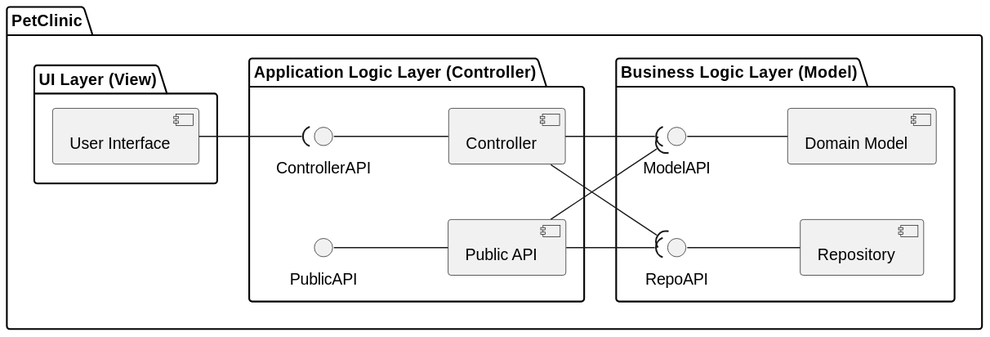
Earlier version of the PlantUML export docs/svg/PetClinic_VL_L3.svg (NunoMarmeleiro/spring-petclinic). Its diagram source:
```plantuml
@startuml
left to right direction

package "PetClinic" {

  package "UI Layer (View)" {
     [User Interface]
  }

  package "Application Logic Layer (Controller)" {
     ControllerAPI--[Controller]
     PublicAPI--[Public API]
  }

  package "Business Logic Layer (Model)" {
     ModelAPI--[Domain Model]
     RepoAPI--[Repository]
  }

}

[User Interface] --( ControllerAPI
[Controller] --( ModelAPI
[Controller] --( RepoAPI
[Public API] --( ModelAPI
[Public API] --( RepoAPI
@enduml
```
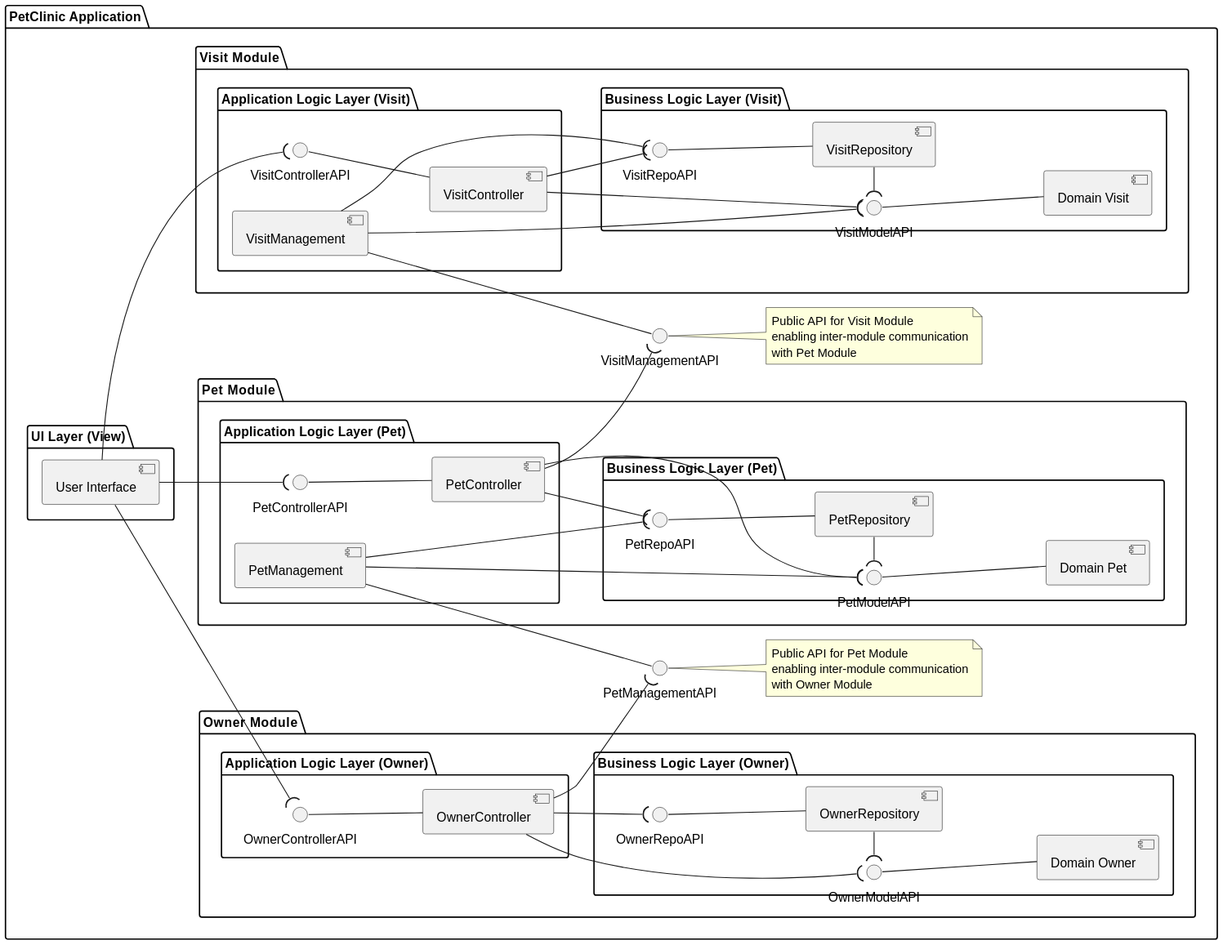
After the change.

Commit message:
updated logic view diagram

Diff of the diagram source:
```diff
@@ -1,27 +1,90 @@
 @startuml
 left to right direction
 
-package "PetClinic" {
 
-  package "UI Layer (View)" {
+package "PetClinic Application" {
+
+package "UI Layer (View)" {
      [User Interface]
+}
+
+package "Owner Module" {
+
+  package "Application Logic Layer (Owner)" {
+     OwnerControllerAPI--[OwnerController]
   }
 
-  package "Application Logic Layer (Controller)" {
-     ControllerAPI--[Controller]
-     PublicAPI--[Public API]
+  package "Business Logic Layer (Owner)" {
+     OwnerModelAPI--[Domain Owner]
+     OwnerRepoAPI--[OwnerRepository]
   }
 
-  package "Business Logic Layer (Model)" {
-     ModelAPI--[Domain Model]
-     RepoAPI--[Repository]
-  }
+  [OwnerController] --( OwnerModelAPI
+  [OwnerController] --( OwnerRepoAPI
+  [OwnerRepository] -( OwnerModelAPI
 
 }
 
-[User Interface] --( ControllerAPI
-[Controller] --( ModelAPI
-[Controller] --( RepoAPI
-[Public API] --( ModelAPI
-[Public API] --( RepoAPI
+package "Pet Module" {
+
+  package "Application Logic Layer (Pet)" {
+     PetControllerAPI--[PetController]
+     [PetManagement]
+  }
+
+  package "Business Logic Layer (Pet)" {
+     PetModelAPI--[Domain Pet]
+     PetRepoAPI--[PetRepository]
+  }
+
+  [PetController] --( PetModelAPI
+  [PetController] --( PetRepoAPI
+  [PetManagement] --( PetModelAPI
+  [PetManagement] --( PetRepoAPI
+  [PetRepository] -( PetModelAPI
+}
+
+package "Visit Module" {
+
+  package "Application Logic Layer (Visit)" {
+     VisitControllerAPI--[VisitController]
+     [VisitManagement]
+  }
+
+  package "Business Logic Layer (Visit)" {
+     VisitModelAPI--[Domain Visit]
+     VisitRepoAPI--[VisitRepository]
+  }
+
+  [VisitController] --( VisitModelAPI
+  [VisitController] --( VisitRepoAPI
+  [VisitManagement] --( VisitModelAPI
+  [VisitManagement] --( VisitRepoAPI
+  [VisitRepository] -( VisitModelAPI
+}
+
+[User Interface] --( OwnerControllerAPI
+[User Interface] --( PetControllerAPI
+[User Interface] --( VisitControllerAPI
+
+PetManagementAPI-[PetManagement]
+VisitManagementAPI-[VisitManagement]
+[OwnerController] --( PetManagementAPI
+[PetController] --( VisitManagementAPI
+
+[PetManagement] -[hidden]d- [OwnerController]
+[VisitManagement] -[hidden]d- [OwnerController]
+
+note right of PetManagementAPI
+Public API for Pet Module
+enabling inter-module communication
+with Owner Module
+end note
+
+note right of VisitManagementAPI
+Public API for Visit Module
+enabling inter-module communication
+with Pet Module
+end note
+}
 @enduml
```
